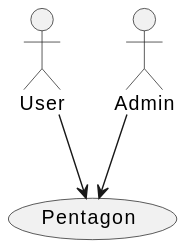
Above: diagrams/actors.svg in jlvlg/Pentagon (PlantUML), before the change. Its diagram source:
```plantuml
@startuml actors
:User: --> (App)
:Admin: --> (App)
"Pentagon" as (App)
@enduml
```
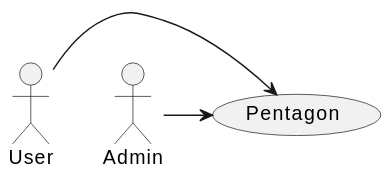
Above is the later version.

Change to the diagram source:
```diff
@@ -1,5 +1,5 @@
 @startuml actors
-:User: --> (App)
-:Admin: --> (App)
+:User: -> (App)
+:Admin: -> (App)
 "Pentagon" as (App)
 @enduml
```
